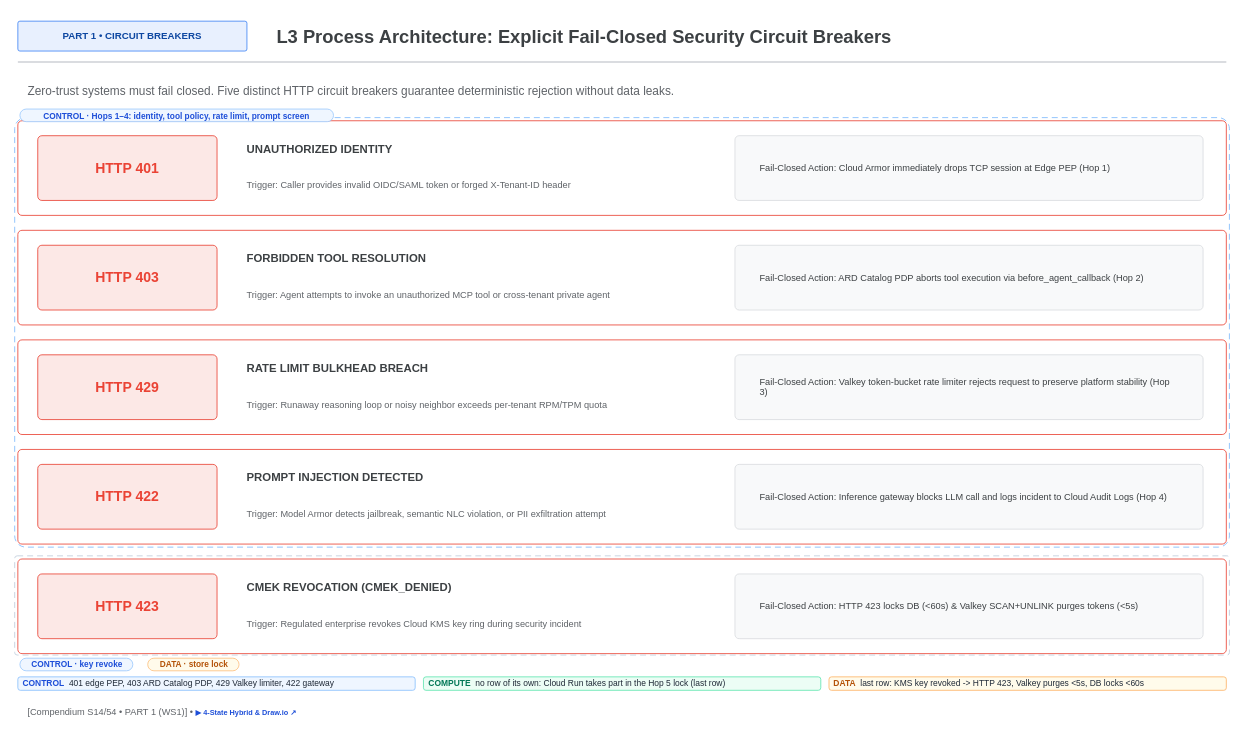
Before: diagrams/ws1-l3-fail-closed-circuit-breakers.drawio in nitinaggarwal-12/blogs, a draw.io diagram. Source tidied: cells renumbered, new cells numbered last; positions are measured from the earlier drawing's top-left corner, leaving out a move shared by most shapes. Both pictures are drawn from the tidied source at 83%, with x=0, y=0 at pixel (14, 14).
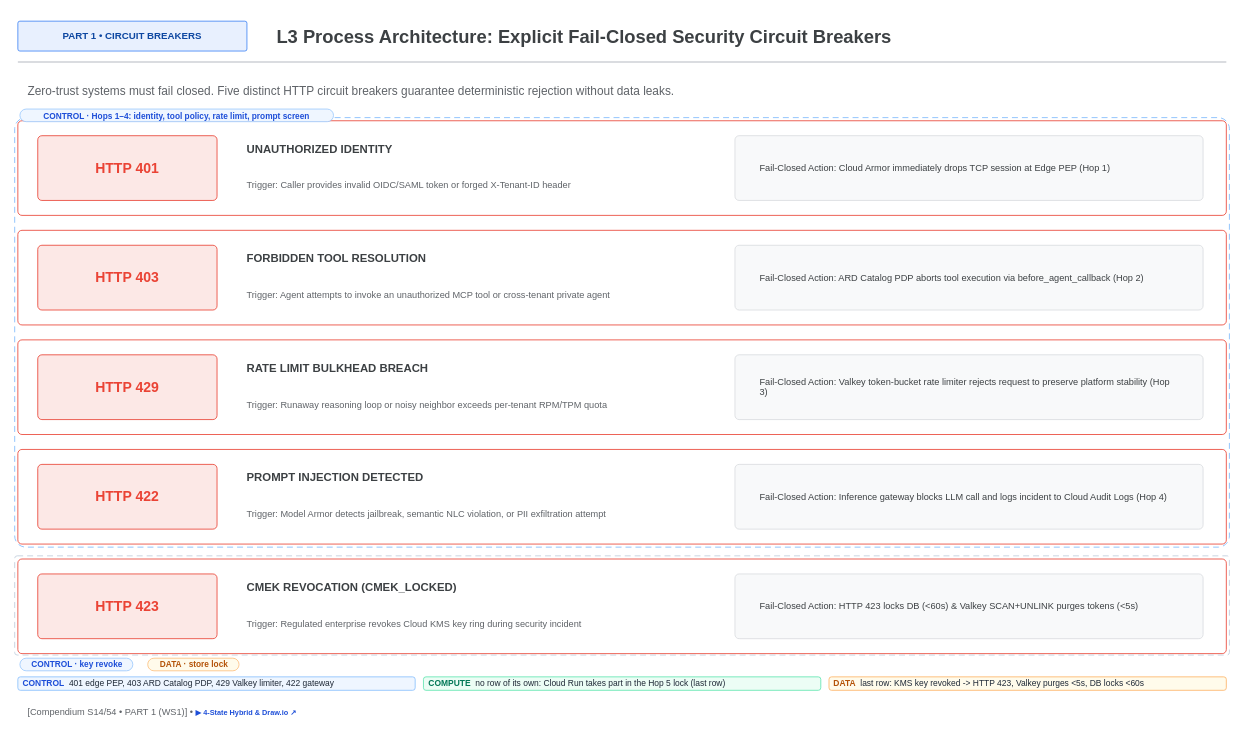
The same page after the edit.

Change to the diagram source:
```diff
@@
-    <mxCell id="39" value="&lt;div style=&quot;line-height:1.06;margin:0;padding:0;&quot;&gt;&lt;span style=&quot;font-size:13.7px;color:#3C4043;&quot;&gt;&lt;b&gt;CMEK REVOCATION (CMEK_DENIED)&lt;/b&gt;&lt;/span&gt;&lt;/div&gt;" style="html=1;whiteSpace=wrap;rounded=0;fillColor=none;strokeColor=none;fontColor=#3C4043;fontSize=13.7;align=left;verticalAlign=middle;spacing=0;spacingLeft=12;spacingRight=12;spacingTop=6;spacingBottom=6;" parent="1" vertex="1">
+    <mxCell id="39" value="&lt;div style=&quot;line-height:1.06;margin:0;padding:0;&quot;&gt;&lt;span style=&quot;font-size:13.7px;color:#3C4043;&quot;&gt;&lt;b&gt;CMEK REVOCATION (CMEK_LOCKED)&lt;/b&gt;&lt;/span&gt;&lt;/div&gt;" style="html=1;whiteSpace=wrap;rounded=0;fillColor=none;strokeColor=none;fontColor=#3C4043;fontSize=13.7;align=left;verticalAlign=middle;spacing=0;spacingLeft=12;spacingRight=12;spacingTop=6;spacingBottom=6;" parent="1" vertex="1">
       <mxGeometry x="268" y="674" width="384" height="33.6" as="geometry" />
     </mxCell>
```
